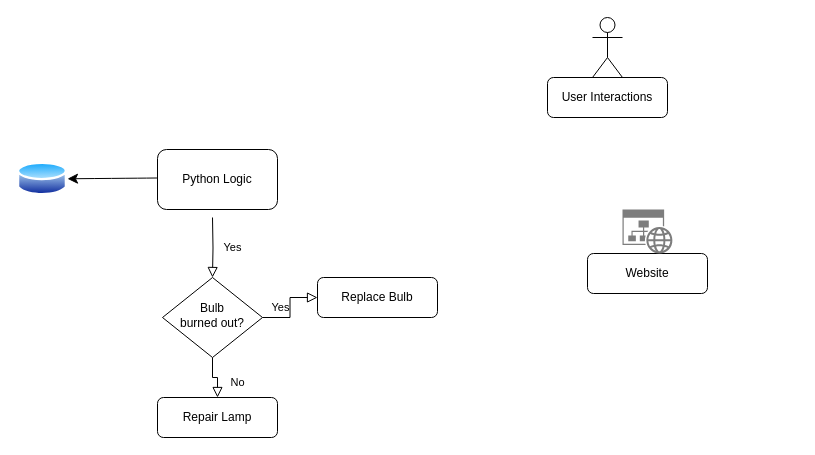
Earlier version of the draw.io diagram Untitled Diagram.drawio (rodhfr/Anacula). Source tidied: cells renumbered, new cells numbered last; positions are measured from the earlier drawing's top-left corner, leaving out a move shared by most shapes. Both pictures are drawn from the tidied source at 100%, with x=0, y=0 at pixel (17, 17).
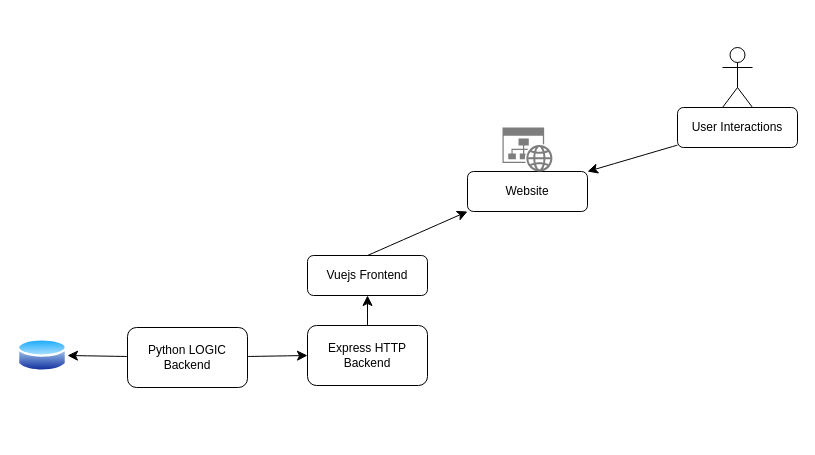
Above is the later version.

What changed in the source:
```diff
@@
 <mxGraphModel>
   <root>
     <mxCell id="0" />
     <mxCell id="1" parent="0" />
-    <mxCell id="2" value="Yes" style="rounded=0;html=1;jettySize=auto;fontSize=11;endArrow=block;endFill=0;endSize=8;strokeWidth=1;shadow=0;labelBackgroundColor=none;edgeStyle=orthogonalEdgeStyle;" parent="1" edge="1" target="6">
-      <mxGeometry y="20" relative="1" as="geometry">
-        <mxPoint x="195" y="200" as="sourcePoint" />
-      </mxGeometry>
-    </mxCell>
-    <mxCell id="3" style="edgeStyle=none;curved=1;rounded=0;jettySize=auto;html=1;fontSize=12;startSize=8;endSize=8;" parent="1" edge="1" target="9">
-      <mxGeometry relative="1" as="geometry">
-        <mxPoint x="140.7" y="160.5" as="sourcePoint" />
-      </mxGeometry>
-    </mxCell>
-    <mxCell id="4" value="No" style="rounded=0;html=1;jettySize=auto;fontSize=11;endArrow=block;endFill=0;endSize=8;strokeWidth=1;shadow=0;labelBackgroundColor=none;edgeStyle=orthogonalEdgeStyle;" parent="1" edge="1" source="6" target="7">
-      <mxGeometry x="0.33" y="20" relative="1" as="geometry" />
-    </mxCell>
-    <mxCell id="5" value="Yes" style="edgeStyle=orthogonalEdgeStyle;rounded=0;html=1;jettySize=auto;fontSize=11;endArrow=block;endFill=0;endSize=8;strokeWidth=1;shadow=0;labelBackgroundColor=none;" parent="1" edge="1" source="6" target="8">
-      <mxGeometry y="10" relative="1" as="geometry" />
-    </mxCell>
-    <mxCell id="6" value="Bulb&lt;br&gt;burned out?" style="rhombus;whiteSpace=wrap;html=1;shadow=0;fontFamily=Helvetica;fontSize=12;align=center;strokeWidth=1;spacing=6;spacingTop=-4;" parent="1" vertex="1">
-      <mxGeometry x="145" y="260" width="100" height="80" as="geometry" />
-    </mxCell>
-    <mxCell id="7" value="Repair Lamp" style="rounded=1;whiteSpace=wrap;html=1;fontSize=12;glass=0;strokeWidth=1;shadow=0;" parent="1" vertex="1">
-      <mxGeometry x="140" y="380" width="120" height="40" as="geometry" />
-    </mxCell>
+    <mxCell id="17" style="edgeStyle=none;curved=1;rounded=0;jettySize=auto;html=1;entryX=0;entryY=1;entryDx=0;entryDy=0;fontSize=12;startSize=8;endSize=8;exitX=0.5;exitY=0;exitDx=0;exitDy=0;" parent="1" edge="1" source="8" target="15">
+      <mxGeometry relative="1" as="geometry" />
+    </mxCell>
-    <mxCell id="8" value="Replace Bulb" style="rounded=1;whiteSpace=wrap;html=1;fontSize=12;glass=0;strokeWidth=1;shadow=0;" parent="1" vertex="1">
-      <mxGeometry x="300" y="260" width="120" height="40" as="geometry" />
+    <mxCell id="8" value="Vuejs Frontend" style="rounded=1;whiteSpace=wrap;html=1;fontSize=12;glass=0;strokeWidth=1;shadow=0;" parent="1" vertex="1">
+      <mxGeometry x="290" y="238" width="120" height="40" as="geometry" />
     </mxCell>
     <mxCell id="9" style="image;perimeter=ellipsePerimeter;html=1;align=center;shadow=0;dashed=0;spacingTop=3;image=img/lib/active_directory/database.svg;" parent="1" vertex="1">
-      <mxGeometry y="143" width="50" height="37" as="geometry" />
+      <mxGeometry y="319.5" width="50" height="37" as="geometry" />
     </mxCell>
+    <mxCell id="18" style="edgeStyle=none;curved=1;rounded=0;jettySize=auto;html=1;entryX=1;entryY=0.5;entryDx=0;entryDy=0;fontSize=12;startSize=8;endSize=8;" parent="1" edge="1" source="10" target="9">
+      <mxGeometry relative="1" as="geometry" />
+    </mxCell>
-    <mxCell id="10" value="Python Logic" style="rounded=1;whiteSpace=wrap;html=1;" parent="1" vertex="1">
-      <mxGeometry x="140" y="132" width="120" height="60" as="geometry" />
+    <mxCell id="10" value="&lt;div&gt;Python LOGIC Backend&lt;/div&gt;" style="rounded=1;whiteSpace=wrap;html=1;" parent="1" vertex="1">
+      <mxGeometry x="110" y="310" width="120" height="60" as="geometry" />
     </mxCell>
     <mxCell id="11" style="group;" parent="1" vertex="1">
-      <mxGeometry x="530" width="120" height="100" as="geometry" />
+      <mxGeometry x="660" y="30" width="120" height="100" as="geometry" />
     </mxCell>
     <mxCell id="12" value="User Interactions" style="rounded=1;whiteSpace=wrap;html=1;fontSize=12;glass=0;strokeWidth=1;shadow=0;" parent="11" vertex="1">
       <mxGeometry y="60" width="120" height="40" as="geometry" />
     </mxCell>
     <mxCell id="13" style="shape=umlActor;verticalLabelPosition=bottom;verticalAlign=top;html=1;" parent="11" vertex="1">
       <mxGeometry x="45" width="30" height="60" as="geometry" />
     </mxCell>
     <mxCell id="14" style="group;" parent="1" vertex="1">
-      <mxGeometry x="570" y="192" width="120" height="84" as="geometry" />
+      <mxGeometry x="450" y="110" width="120" height="84" as="geometry" />
     </mxCell>
     <mxCell id="15" value="Website" style="rounded=1;whiteSpace=wrap;html=1;fontSize=12;glass=0;strokeWidth=1;shadow=0;" parent="14" vertex="1">
       <mxGeometry y="44" width="120" height="40" as="geometry" />
     </mxCell>
     <mxCell id="16" style="sketch=0;shadow=0;dashed=0;html=1;strokeColor=none;labelPosition=center;verticalLabelPosition=bottom;verticalAlign=top;align=center;shape=mxgraph.mscae.enterprise.website_generic;fillColor=#7D7D7D;" parent="14" vertex="1">
       <mxGeometry x="35" width="50" height="44" as="geometry" />
     </mxCell>
+    <mxCell id="19" style="edgeStyle=none;curved=1;rounded=0;jettySize=auto;html=1;fontSize=12;startSize=8;endSize=8;entryX=1;entryY=0;entryDx=0;entryDy=0;" parent="1" edge="1" source="12" target="15">
+      <mxGeometry relative="1" as="geometry" />
+    </mxCell>
+    <mxCell id="20" style="edgeStyle=none;curved=1;rounded=0;jettySize=auto;html=1;fontSize=12;startSize=8;endSize=8;" parent="1" edge="1" source="21" target="8">
+      <mxGeometry relative="1" as="geometry" />
+    </mxCell>
+    <mxCell id="21" value="Express HTTP Backend" style="rounded=1;whiteSpace=wrap;html=1;" parent="1" vertex="1">
+      <mxGeometry x="290" y="308" width="120" height="60" as="geometry" />
+    </mxCell>
+    <mxCell id="22" style="edgeStyle=none;curved=1;rounded=0;jettySize=auto;html=1;entryX=0;entryY=0.5;entryDx=0;entryDy=0;fontSize=12;startSize=8;endSize=8;" parent="1" edge="1" source="10" target="21">
+      <mxGeometry relative="1" as="geometry" />
+    </mxCell>
   </root>
 </mxGraphModel>
```
